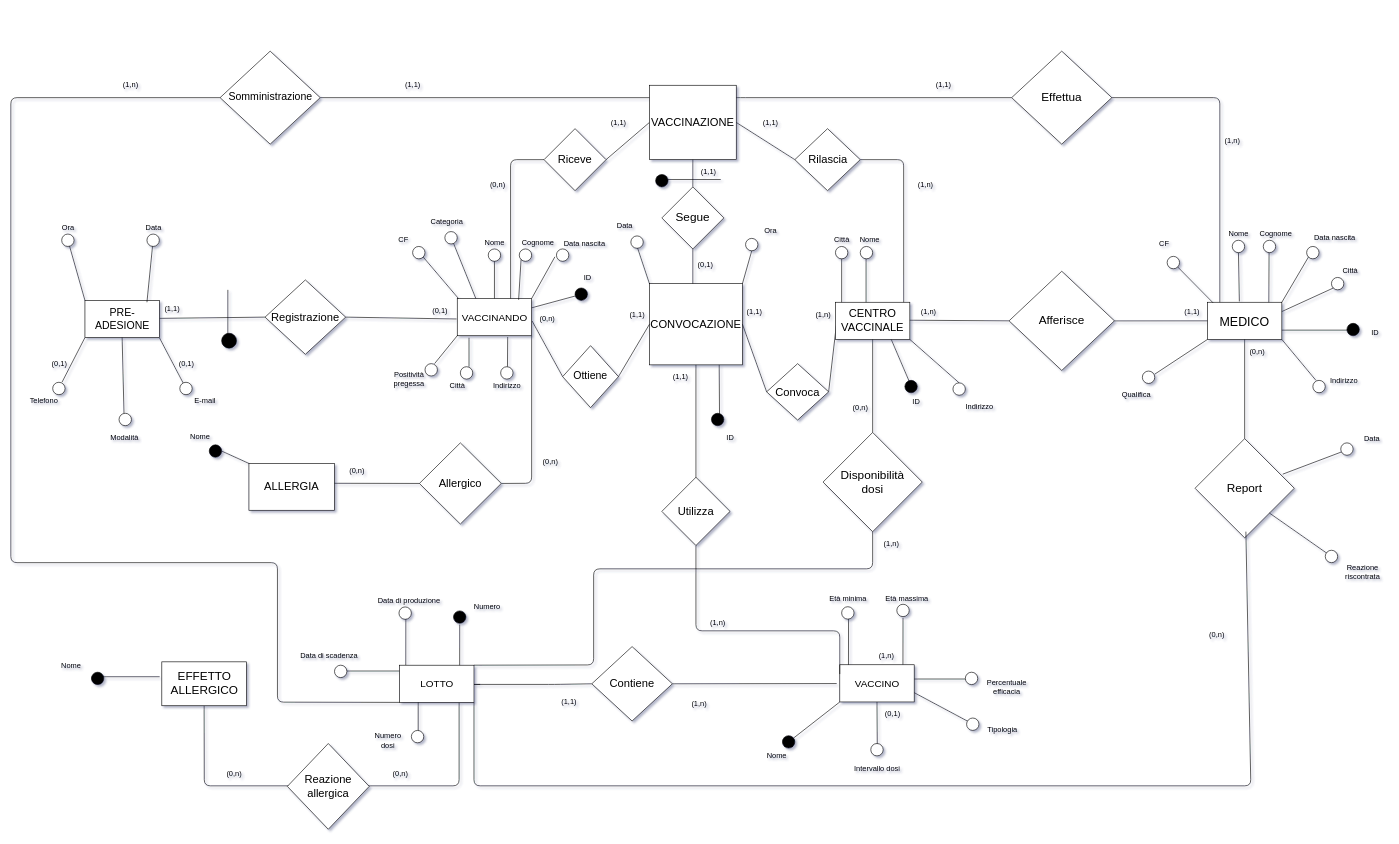
Above: page "ERristr" (1 of 2) of bd/Schema E/ERristrutturato.drawio in shaggyishere/VaccineDatabase (draw.io), before the change. Source tidied: cells renumbered, new cells numbered last; positions are measured from the earlier drawing's top-left corner, leaving out a move shared by most shapes. Both pictures are drawn from the tidied source at 62%, with x=0, y=0 at pixel (11, 51).
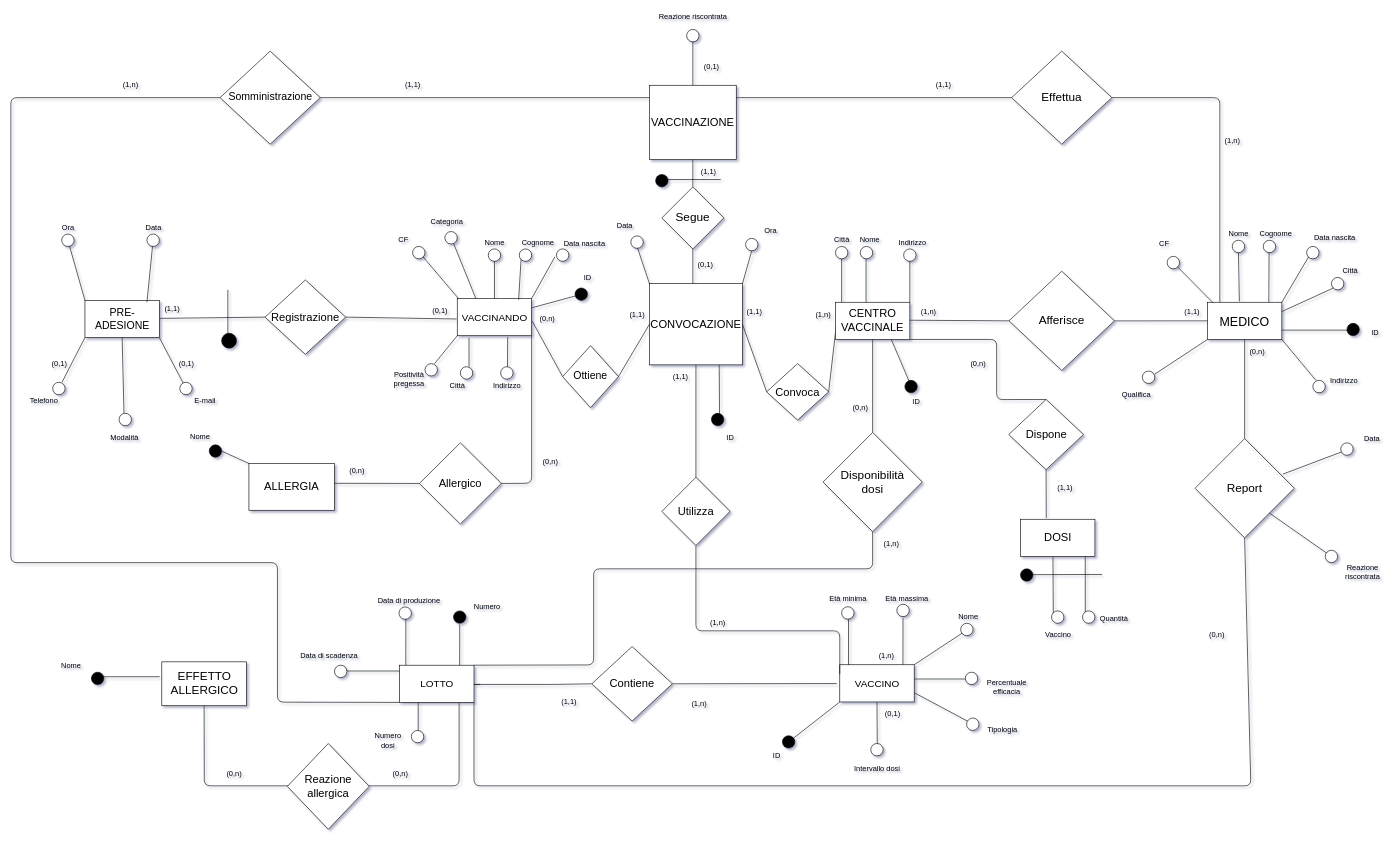
After the change.

Commit message:
aggiornate le ridondanze (eliminate associazioni con VACCINAZIONE))

The change refers to these unchanged cells:
```xml
<mxCell id="5" value="&lt;font style=&quot;font-size: 18px&quot;&gt;CENTRO VACCINALE&lt;/font&gt;" style="rounded=0;whiteSpace=wrap;html=1;strokeWidth=1;fillColor=#FFFFFF;" parent="1" vertex="1">
  <mxGeometry x="1330" y="405" width="120" height="60" as="geometry" />
</mxCell>
<mxCell id="19" value="&lt;font style=&quot;font-size: 18px&quot;&gt;VACCINAZIONE&lt;/font&gt;" style="rectangle;whiteSpace=wrap;html=1;strokeWidth=1;fillColor=#FFFFFF;" parent="1" vertex="1">
  <mxGeometry x="1030" y="55" width="140" height="120" as="geometry" />
</mxCell>
<mxCell id="44" style="rounded=0;whiteSpace=wrap;html=1;" parent="1" vertex="1">
  <mxGeometry x="627" y="990.4" width="120" height="60" as="geometry" />
</mxCell>
<mxCell id="112" style="rounded=0;whiteSpace=wrap;html=1;" parent="1" vertex="1">
  <mxGeometry x="1337" y="989.7" width="120" height="60" as="geometry" />
</mxCell>
```

Change to the diagram source:
```diff
@@
     <mxCell id="8" style="ellipse;whiteSpace=wrap;html=1;strokeWidth=1;" parent="1" vertex="1">
-      <mxGeometry x="1519.5" y="535" width="20" height="20" as="geometry" />
+      <mxGeometry x="1440" y="319" width="20" height="20" as="geometry" />
     </mxCell>
@@
-    <mxCell id="11" style="endArrow=none;html=1;entryX=1;entryY=1;entryDx=0;entryDy=0;" parent="1" edge="1" target="5">
-      <mxGeometry relative="1" as="geometry">
-        <mxPoint x="1529.5" y="535" as="sourcePoint" />
-      </mxGeometry>
+    <mxCell id="11" style="endArrow=none;html=1;entryX=1;entryY=0;entryDx=0;entryDy=0;exitX=0.5;exitY=1;exitDx=0;exitDy=0;" parent="1" edge="1" source="8" target="5">
+      <mxGeometry relative="1" as="geometry" />
     </mxCell>
@@
-    <mxCell id="15" style="endArrow=none;html=1;exitX=0.384;exitY=0.024;exitDx=0;exitDy=0;exitPerimeter=0;entryX=0;entryY=0.5;entryDx=0;entryDy=0;" parent="1" edge="1" target="158">
-      <mxGeometry relative="1" as="geometry">
-        <mxPoint x="806.1" y="406.4" as="sourcePoint" />
-        <Array as="points">
-          <mxPoint x="806" y="175" />
-        </Array>
-      </mxGeometry>
-    </mxCell>
-    <mxCell id="16" style="endArrow=none;html=1;exitX=0.384;exitY=0.024;exitDx=0;exitDy=0;exitPerimeter=0;entryX=1;entryY=0.5;entryDx=0;entryDy=0;" parent="1" edge="1" target="157">
-      <mxGeometry relative="1" as="geometry">
-        <mxPoint x="1440.1" y="405" as="sourcePoint" />
-        <Array as="points">
-          <mxPoint x="1440" y="175" />
-        </Array>
-      </mxGeometry>
-    </mxCell>
-    <mxCell id="17" style="endArrow=none;html=1;exitX=0;exitY=0.5;exitDx=0;exitDy=0;entryX=1;entryY=0.5;entryDx=0;entryDy=0;" parent="1" edge="1" source="19" target="158">
-      <mxGeometry relative="1" as="geometry" />
-    </mxCell>
-    <mxCell id="18" style="endArrow=none;html=1;entryX=1;entryY=0.5;entryDx=0;entryDy=0;exitX=0;exitY=0.5;exitDx=0;exitDy=0;" parent="1" edge="1" source="157" target="19">
-      <mxGeometry relative="1" as="geometry" />
-    </mxCell>
@@
     <mxCell id="20" value="Indirizzo" style="text;html=1;align=center;verticalAlign=middle;strokeColor=none;" parent="1" vertex="1">
-      <mxGeometry x="1532" y="564.1" width="60" height="20" as="geometry" />
+      <mxGeometry x="1424" y="299" width="60" height="20" as="geometry" />
     </mxCell>
@@
-    <mxCell id="48" value="(1,n)" style="text;html=1;align=center;verticalAlign=middle;strokeColor=none;" parent="1" vertex="1">
-      <mxGeometry x="1457" y="207" width="35" height="18" as="geometry" />
-    </mxCell>
@@
-    <mxCell id="100" value="(0,n)" style="text;html=1;align=center;verticalAlign=middle;strokeColor=none;" parent="1" vertex="1">
-      <mxGeometry x="765" y="205" width="40" height="20" as="geometry" />
-    </mxCell>
@@
-    <mxCell id="120" value="Nome" style="text;html=1;align=center;verticalAlign=middle;strokeColor=none;" parent="1" vertex="1">
-      <mxGeometry x="1209.5" y="1126.7" width="50" height="20" as="geometry" />
+    <mxCell id="120" value="ID" style="text;html=1;align=center;verticalAlign=middle;strokeColor=none;" parent="1" vertex="1">
+      <mxGeometry x="1219.5" y="1126.7" width="30" height="20" as="geometry" />
     </mxCell>
@@
-    <mxCell id="157" value="&lt;font style=&quot;font-size: 18px&quot;&gt;Rilascia&lt;/font&gt;" style="rhombus;whiteSpace=wrap;html=1;" parent="1" vertex="1">
-      <mxGeometry x="1264.5" y="125" width="105.5" height="100" as="geometry" />
-    </mxCell>
-    <mxCell id="158" value="&lt;font style=&quot;font-size: 18px&quot;&gt;Riceve&lt;/font&gt;" style="rhombus;whiteSpace=wrap;html=1;" parent="1" vertex="1">
-      <mxGeometry x="860" y="125" width="100" height="100" as="geometry" />
-    </mxCell>
@@
-    <mxCell id="163" value="(1,1)" style="text;html=1;align=center;verticalAlign=middle;strokeColor=none;" parent="1" vertex="1">
-      <mxGeometry x="1204.5" y="105" width="40" height="20" as="geometry" />
-    </mxCell>
-    <mxCell id="164" value="(1,1)" style="text;html=1;align=center;verticalAlign=middle;strokeColor=none;" parent="1" vertex="1">
-      <mxGeometry x="960" y="105" width="40" height="20" as="geometry" />
-    </mxCell>
@@
     <mxCell id="185" style="endArrow=none;html=1;exitX=1;exitY=1;exitDx=0;exitDy=0;" parent="1" edge="1" source="44">
       <mxGeometry relative="1" as="geometry">
-        <mxPoint x="1992" y="775" as="targetPoint" />
+        <mxPoint x="1990" y="785" as="targetPoint" />
         <Array as="points">
           <mxPoint x="747" y="1185" />
           <mxPoint x="2000" y="1185" />
         </Array>
       </mxGeometry>
     </mxCell>
@@
+    <mxCell id="226" style="endArrow=none;html=1;entryX=1;entryY=0;entryDx=0;entryDy=0;" parent="1" edge="1" target="112">
+      <mxGeometry relative="1" as="geometry">
+        <mxPoint x="1540" y="935" as="sourcePoint" />
+      </mxGeometry>
+    </mxCell>
+    <mxCell id="227" style="ellipse;whiteSpace=wrap;html=1;strokeWidth=1;" parent="1" vertex="1">
+      <mxGeometry x="1532" y="922.8" width="20" height="20" as="geometry" />
+    </mxCell>
+    <mxCell id="228" value="Nome" style="text;html=1;align=center;verticalAlign=middle;strokeColor=none;" parent="1" vertex="1">
+      <mxGeometry x="1518.5" y="902.8" width="50" height="20" as="geometry" />
+    </mxCell>
+    <mxCell id="229" style="endArrow=none;html=1;entryX=0.5;entryY=0;entryDx=0;entryDy=0;entryPerimeter=0;" parent="1" edge="1" target="19">
+      <mxGeometry relative="1" as="geometry">
+        <mxPoint x="1100" y="-25" as="sourcePoint" />
+      </mxGeometry>
+    </mxCell>
+    <mxCell id="230" style="ellipse;whiteSpace=wrap;html=1;strokeWidth=1;fillColor=#FFFFFF;" parent="1" vertex="1">
+      <mxGeometry x="1090" y="-35" width="20" height="20" as="geometry" />
+    </mxCell>
+    <mxCell id="231" value="Reazione riscontrata" style="text;html=1;align=center;verticalAlign=middle;strokeColor=none;" parent="1" vertex="1">
+      <mxGeometry x="1035" y="-65" width="130" height="20" as="geometry" />
+    </mxCell>
+    <mxCell id="232" value="(0,1)" style="text;html=1;align=center;verticalAlign=middle;strokeColor=none;" parent="1" vertex="1">
+      <mxGeometry x="1110" y="15" width="40" height="20" as="geometry" />
+    </mxCell>
+    <mxCell id="233" style="endArrow=none;html=1;exitX=1;exitY=1;exitDx=0;exitDy=0;entryX=0.5;entryY=0;entryDx=0;entryDy=0;" parent="1" edge="1" source="5" target="234">
+      <mxGeometry relative="1" as="geometry">
+        <Array as="points">
+          <mxPoint x="1590" y="465" />
+          <mxPoint x="1590" y="562" />
+        </Array>
+      </mxGeometry>
+    </mxCell>
+    <mxCell id="234" value="&lt;font style=&quot;font-size: 18px&quot;&gt;Dispone&lt;/font&gt;" style="rhombus;whiteSpace=wrap;html=1;strokeWidth=1;fillColor=#FFFFFF;" parent="1" vertex="1">
+      <mxGeometry x="1609.5" y="561.8" width="120.5" height="113.2" as="geometry" />
+    </mxCell>
+    <mxCell id="235" value="&lt;font style=&quot;font-size: 18px&quot;&gt;DOSI&lt;/font&gt;" style="whiteSpace=wrap;html=1;strokeWidth=1;fillColor=#FFFFFF;" parent="1" vertex="1">
+      <mxGeometry x="1628.5" y="755" width="120" height="60" as="geometry" />
+    </mxCell>
+    <mxCell id="236" style="endArrow=none;html=1;entryX=0.5;entryY=1;entryDx=0;entryDy=0;" parent="1" edge="1" target="234">
+      <mxGeometry relative="1" as="geometry">
+        <mxPoint x="1670" y="753" as="sourcePoint" />
+      </mxGeometry>
+    </mxCell>
+    <mxCell id="100" value="(0,n)" style="text;html=1;align=center;verticalAlign=middle;strokeColor=none;" parent="1" vertex="1">
+      <mxGeometry x="1539.5" y="495" width="40" height="20" as="geometry" />
+    </mxCell>
+    <mxCell id="237" style="endArrow=none;html=1;entryX=0.436;entryY=1.013;entryDx=0;entryDy=0;exitX=0;exitY=1;exitDx=0;exitDy=0;entryPerimeter=0;" parent="1" edge="1" source="239" target="235">
+      <mxGeometry relative="1" as="geometry" />
+    </mxCell>
+    <mxCell id="238" style="endArrow=none;html=1;entryX=0.87;entryY=1.002;entryDx=0;entryDy=0;entryPerimeter=0;" parent="1" edge="1" target="235">
+      <mxGeometry relative="1" as="geometry">
+        <mxPoint x="1733" y="905" as="sourcePoint" />
+      </mxGeometry>
+    </mxCell>
+    <mxCell id="239" style="ellipse;whiteSpace=wrap;html=1;strokeWidth=1;" parent="1" vertex="1">
+      <mxGeometry x="1678.5" y="902.8" width="20" height="20" as="geometry" />
+    </mxCell>
+    <mxCell id="240" style="ellipse;whiteSpace=wrap;html=1;strokeWidth=1;" parent="1" vertex="1">
+      <mxGeometry x="1728.5" y="902.8" width="20" height="20" as="geometry" />
+    </mxCell>
+    <mxCell id="241" value="Vaccino" style="text;html=1;align=center;verticalAlign=middle;strokeColor=none;" parent="1" vertex="1">
+      <mxGeometry x="1658.5" y="932.1" width="60" height="20" as="geometry" />
+    </mxCell>
+    <mxCell id="242" value="Quantità" style="text;html=1;align=center;verticalAlign=middle;strokeColor=none;" parent="1" vertex="1">
+      <mxGeometry x="1748.5" y="905.8" width="60" height="20" as="geometry" />
+    </mxCell>
+    <mxCell id="243" value="(1,1)" style="text;html=1;align=center;verticalAlign=middle;strokeColor=none;" parent="1" vertex="1">
+      <mxGeometry x="1680" y="695" width="40" height="20" as="geometry" />
+    </mxCell>
+    <mxCell id="244" style="endArrow=none;html=1;" parent="1" edge="1">
+      <mxGeometry relative="1" as="geometry">
+        <mxPoint x="1638.5" y="844.4" as="sourcePoint" />
+        <mxPoint x="1760" y="844" as="targetPoint" />
+      </mxGeometry>
+    </mxCell>
+    <mxCell id="245" style="ellipse;whiteSpace=wrap;html=1;strokeWidth=1;fillColor=#000000;" parent="1" vertex="1">
+      <mxGeometry x="1628.5" y="835" width="20" height="20" as="geometry" />
+    </mxCell>
```
